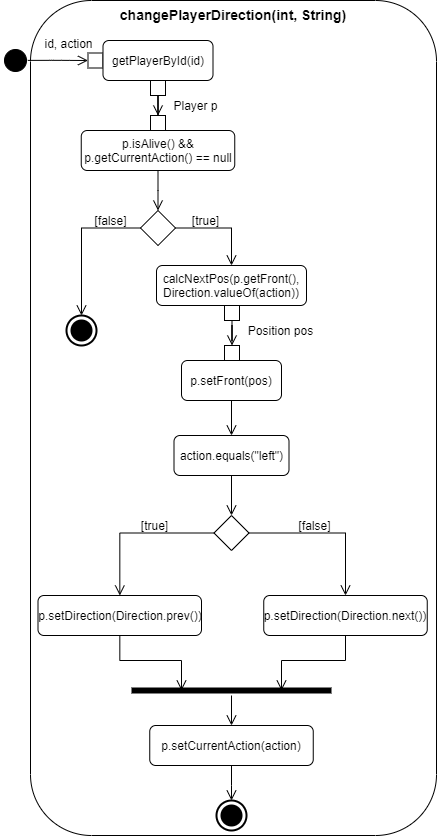
KjellooMelloo/gameoftrons keeps this draw.io diagram as Doku/images/AD_changePlayerDirection.png. Above is the earlier version. Source tidied: cells renumbered, new cells last; positions are measured from the earlier drawing's top-left corner, leaving out a move shared by most shapes. Source of this version:
```xml
<mxGraphModel>
  <root>
    <mxCell id="0" />
    <mxCell id="1" parent="0" />
    <mxCell id="2" value="&lt;b&gt;&lt;font style=&quot;font-size: 14px&quot;&gt;changePlayerDirection(int, String)&lt;/font&gt;&lt;/b&gt;" style="rounded=1;whiteSpace=wrap;html=1;align=center;verticalAlign=top;" parent="1" vertex="1">
      <mxGeometry x="30" width="406" height="835" as="geometry" />
    </mxCell>
    <mxCell id="3" style="ellipse;html=1;shape=startState;fillColor=#000000;strokeColor=#000000;align=center;" parent="1" vertex="1">
      <mxGeometry y="45" width="30" height="30" as="geometry" />
    </mxCell>
    <mxCell id="4" style="edgeStyle=orthogonalEdgeStyle;html=1;verticalAlign=bottom;endArrow=open;endSize=8;strokeColor=#000000;entryX=0;entryY=0.5;entryDx=0;entryDy=0;exitX=0.909;exitY=0.496;exitDx=0;exitDy=0;exitPerimeter=0;" parent="1" edge="1" source="3" target="5">
      <mxGeometry relative="1" as="geometry" />
    </mxCell>
    <mxCell id="5" style="rounded=0;whiteSpace=wrap;html=1;strokeColor=#000000;align=center;" parent="1" vertex="1">
      <mxGeometry x="87.5" y="52.5" width="15" height="15" as="geometry" />
    </mxCell>
    <mxCell id="6" value="id, action" style="text;html=1;align=center;verticalAlign=middle;" parent="1" vertex="1">
      <mxGeometry x="37.5" y="32.5" width="60" height="20" as="geometry" />
    </mxCell>
    <mxCell id="7" value="getPlayerById(id)" style="shape=rect;html=1;rounded=1;whiteSpace=wrap;align=center;" parent="1" vertex="1">
      <mxGeometry x="102.5" y="40" width="110" height="40" as="geometry" />
    </mxCell>
    <mxCell id="8" style="edgeStyle=orthogonalEdgeStyle;rounded=0;jettySize=auto;html=1;endArrow=open;endFill=0;endSize=8;strokeColor=#000000;" parent="1" edge="1" source="9" target="10">
      <mxGeometry relative="1" as="geometry" />
    </mxCell>
    <mxCell id="9" style="rounded=0;whiteSpace=wrap;html=1;strokeColor=#000000;align=center;" parent="1" vertex="1">
      <mxGeometry x="150" y="80" width="15" height="15" as="geometry" />
    </mxCell>
    <mxCell id="10" style="rounded=0;whiteSpace=wrap;html=1;strokeColor=#000000;align=center;" parent="1" vertex="1">
      <mxGeometry x="150" y="115" width="15" height="15" as="geometry" />
    </mxCell>
    <mxCell id="11" value="Player p" style="text;html=1;align=center;verticalAlign=middle;" parent="1" vertex="1">
      <mxGeometry x="165" y="95" width="60" height="20" as="geometry" />
    </mxCell>
    <mxCell id="12" style="edgeStyle=orthogonalEdgeStyle;rounded=0;jettySize=auto;html=1;entryX=0.5;entryY=0;entryDx=0;entryDy=0;entryPerimeter=0;endArrow=open;endFill=0;endSize=8;strokeColor=#000000;" parent="1" edge="1" source="14" target="17">
      <mxGeometry relative="1" as="geometry" />
    </mxCell>
    <mxCell id="13" style="edgeStyle=orthogonalEdgeStyle;rounded=0;jettySize=auto;html=1;entryX=0.5;entryY=0;entryDx=0;entryDy=0;endArrow=open;endFill=0;endSize=8;strokeColor=#000000;" parent="1" edge="1" source="14" target="19">
      <mxGeometry relative="1" as="geometry">
        <Array as="points">
          <mxPoint x="231" y="228" />
        </Array>
      </mxGeometry>
    </mxCell>
    <mxCell id="14" style="rhombus;whiteSpace=wrap;html=1;strokeColor=#000000;align=center;" parent="1" vertex="1">
      <mxGeometry x="140" y="210" width="35" height="35" as="geometry" />
    </mxCell>
    <mxCell id="15" style="edgeStyle=orthogonalEdgeStyle;rounded=0;jettySize=auto;html=1;entryX=0.5;entryY=0;entryDx=0;entryDy=0;endArrow=open;endFill=0;endSize=8;strokeColor=#000000;" parent="1" edge="1" source="16" target="14">
      <mxGeometry relative="1" as="geometry" />
    </mxCell>
    <mxCell id="16" value="p.isAlive() &amp;amp;&amp;amp; p.getCurrentAction() == null" style="shape=rect;html=1;rounded=1;whiteSpace=wrap;align=center;" parent="1" vertex="1">
      <mxGeometry x="80.8" y="130" width="153.5" height="40" as="geometry" />
    </mxCell>
    <mxCell id="17" style="html=1;shape=mxgraph.sysml.actFinal;strokeWidth=2;verticalLabelPosition=bottom;verticalAlignment=top;align=center;" parent="1" vertex="1">
      <mxGeometry x="66" y="315" width="30" height="30" as="geometry" />
    </mxCell>
    <mxCell id="18" value="[false]" style="text;html=1;align=center;verticalAlign=middle;" parent="1" vertex="1">
      <mxGeometry x="85" y="210" width="50" height="20" as="geometry" />
    </mxCell>
    <mxCell id="19" value="calcNextPos(p.getFront(), Direction.valueOf(action))" style="shape=rect;html=1;rounded=1;whiteSpace=wrap;align=center;" parent="1" vertex="1">
      <mxGeometry x="156" y="265" width="150" height="40" as="geometry" />
    </mxCell>
    <mxCell id="20" value="[true]" style="text;html=1;align=center;verticalAlign=middle;" parent="1" vertex="1">
      <mxGeometry x="185" y="210" width="40" height="20" as="geometry" />
    </mxCell>
    <mxCell id="21" style="edgeStyle=orthogonalEdgeStyle;rounded=0;jettySize=auto;html=1;endArrow=open;endFill=0;endSize=8;strokeColor=#000000;" parent="1" edge="1" source="22" target="23">
      <mxGeometry relative="1" as="geometry" />
    </mxCell>
    <mxCell id="22" style="rounded=0;whiteSpace=wrap;html=1;strokeColor=#000000;align=center;" parent="1" vertex="1">
      <mxGeometry x="224" y="305" width="15" height="15" as="geometry" />
    </mxCell>
    <mxCell id="23" style="rounded=0;whiteSpace=wrap;html=1;strokeColor=#000000;align=center;" parent="1" vertex="1">
      <mxGeometry x="224" y="345" width="15" height="15" as="geometry" />
    </mxCell>
    <mxCell id="24" value="Position pos" style="text;html=1;align=center;verticalAlign=middle;" parent="1" vertex="1">
      <mxGeometry x="240" y="320" width="80" height="20" as="geometry" />
    </mxCell>
    <mxCell id="25" style="edgeStyle=orthogonalEdgeStyle;rounded=0;jettySize=auto;html=1;endArrow=open;endFill=0;endSize=8;strokeColor=#000000;" parent="1" edge="1" source="26" target="28">
      <mxGeometry relative="1" as="geometry" />
    </mxCell>
    <mxCell id="26" value="p.setFront(pos)" style="shape=rect;html=1;rounded=1;whiteSpace=wrap;align=center;" parent="1" vertex="1">
      <mxGeometry x="181" y="360" width="100" height="40" as="geometry" />
    </mxCell>
    <mxCell id="27" style="edgeStyle=orthogonalEdgeStyle;rounded=0;jettySize=auto;html=1;entryX=0.5;entryY=0;entryDx=0;entryDy=0;endArrow=open;endFill=0;endSize=8;strokeColor=#000000;" parent="1" edge="1" source="28" target="31">
      <mxGeometry relative="1" as="geometry" />
    </mxCell>
    <mxCell id="28" value="action.equals(&quot;left&quot;)" style="shape=rect;html=1;rounded=1;whiteSpace=wrap;align=center;" parent="1" vertex="1">
      <mxGeometry x="173.5" y="435" width="115" height="40" as="geometry" />
    </mxCell>
    <mxCell id="29" style="edgeStyle=orthogonalEdgeStyle;rounded=0;jettySize=auto;html=1;endArrow=open;endFill=0;endSize=8;strokeColor=#000000;" parent="1" edge="1" source="31" target="33">
      <mxGeometry relative="1" as="geometry" />
    </mxCell>
    <mxCell id="30" style="edgeStyle=orthogonalEdgeStyle;rounded=0;jettySize=auto;html=1;entryX=0.5;entryY=0;entryDx=0;entryDy=0;endArrow=open;endFill=0;endSize=8;strokeColor=#000000;" parent="1" edge="1" source="31" target="35">
      <mxGeometry relative="1" as="geometry" />
    </mxCell>
    <mxCell id="31" style="rhombus;whiteSpace=wrap;html=1;strokeColor=#000000;align=center;" parent="1" vertex="1">
      <mxGeometry x="213.5" y="515" width="35" height="35" as="geometry" />
    </mxCell>
    <mxCell id="32" style="edgeStyle=orthogonalEdgeStyle;rounded=0;jettySize=auto;html=1;endArrow=open;endFill=0;endSize=8;strokeColor=#000000;entryX=0.25;entryY=0.5;entryDx=0;entryDy=0;entryPerimeter=0;" parent="1" edge="1" source="33" target="38">
      <mxGeometry relative="1" as="geometry" />
    </mxCell>
    <mxCell id="33" value="p.setDirection(Direction.prev())" style="shape=rect;html=1;rounded=1;whiteSpace=wrap;align=center;" parent="1" vertex="1">
      <mxGeometry x="37.5" y="595" width="163.5" height="40" as="geometry" />
    </mxCell>
    <mxCell id="34" style="edgeStyle=orthogonalEdgeStyle;rounded=0;jettySize=auto;html=1;endArrow=open;endFill=0;endSize=8;strokeColor=#000000;entryX=0.75;entryY=0.5;entryDx=0;entryDy=0;entryPerimeter=0;" parent="1" edge="1" source="35" target="38">
      <mxGeometry relative="1" as="geometry" />
    </mxCell>
    <mxCell id="35" value="p.setDirection(Direction.next())" style="shape=rect;html=1;rounded=1;whiteSpace=wrap;align=center;" parent="1" vertex="1">
      <mxGeometry x="263.2" y="595" width="163.5" height="40" as="geometry" />
    </mxCell>
    <mxCell id="36" value="[true]" style="text;html=1;align=center;verticalAlign=middle;" parent="1" vertex="1">
      <mxGeometry x="133.5" y="515" width="40" height="20" as="geometry" />
    </mxCell>
    <mxCell id="37" value="[false]" style="text;html=1;align=center;verticalAlign=middle;" parent="1" vertex="1">
      <mxGeometry x="288.5" y="515" width="50" height="20" as="geometry" />
    </mxCell>
    <mxCell id="38" style="shape=line;html=1;strokeWidth=6;strokeColor=#000000;align=center;" parent="1" vertex="1">
      <mxGeometry x="131" y="685" width="200" height="10" as="geometry" />
    </mxCell>
    <mxCell id="39" style="edgeStyle=orthogonalEdgeStyle;html=1;verticalAlign=bottom;endArrow=open;endSize=8;strokeColor=#000000;entryX=0.5;entryY=0;entryDx=0;entryDy=0;" parent="1" edge="1" source="38" target="41">
      <mxGeometry relative="1" as="geometry" />
    </mxCell>
    <mxCell id="40" style="edgeStyle=orthogonalEdgeStyle;rounded=0;jettySize=auto;html=1;entryX=0.5;entryY=0;entryDx=0;entryDy=0;entryPerimeter=0;endArrow=open;endFill=0;endSize=8;strokeColor=#000000;" parent="1" edge="1" source="41" target="42">
      <mxGeometry relative="1" as="geometry" />
    </mxCell>
    <mxCell id="41" value="p.setCurrentAction(action)" style="shape=rect;html=1;rounded=1;whiteSpace=wrap;align=center;" parent="1" vertex="1">
      <mxGeometry x="149.2" y="725" width="163.5" height="40" as="geometry" />
    </mxCell>
    <mxCell id="42" style="html=1;shape=mxgraph.sysml.actFinal;strokeWidth=2;verticalLabelPosition=bottom;verticalAlignment=top;align=center;" parent="1" vertex="1">
      <mxGeometry x="216" y="800" width="30" height="30" as="geometry" />
    </mxCell>
  </root>
</mxGraphModel>
```
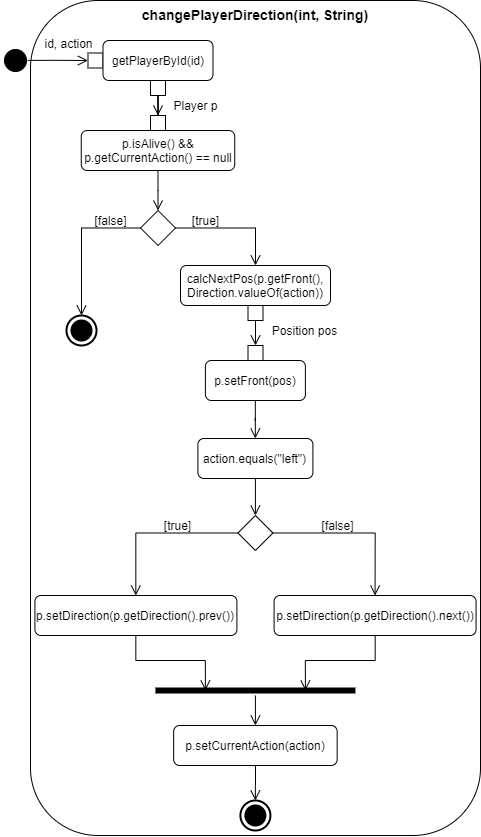
After the commit.

Commit message:
added every method signature + comments; 2 small updates in diagrams

The edit, as a diff of the source:
```diff
@@ -3,34 +3,34 @@
     <mxCell id="0" />
     <mxCell id="1" parent="0" />
     <mxCell id="2" value="&lt;b&gt;&lt;font style=&quot;font-size: 14px&quot;&gt;changePlayerDirection(int, String)&lt;/font&gt;&lt;/b&gt;" style="rounded=1;whiteSpace=wrap;html=1;align=center;verticalAlign=top;" parent="1" vertex="1">
-      <mxGeometry x="30" width="406" height="835" as="geometry" />
+      <mxGeometry x="-1624" y="89" width="450" height="835" as="geometry" />
     </mxCell>
     <mxCell id="3" style="ellipse;html=1;shape=startState;fillColor=#000000;strokeColor=#000000;align=center;" parent="1" vertex="1">
-      <mxGeometry y="45" width="30" height="30" as="geometry" />
+      <mxGeometry x="-1654" y="134" width="30" height="30" as="geometry" />
     </mxCell>
     <mxCell id="4" style="edgeStyle=orthogonalEdgeStyle;html=1;verticalAlign=bottom;endArrow=open;endSize=8;strokeColor=#000000;entryX=0;entryY=0.5;entryDx=0;entryDy=0;exitX=0.909;exitY=0.496;exitDx=0;exitDy=0;exitPerimeter=0;" parent="1" edge="1" source="3" target="5">
       <mxGeometry relative="1" as="geometry" />
     </mxCell>
     <mxCell id="5" style="rounded=0;whiteSpace=wrap;html=1;strokeColor=#000000;align=center;" parent="1" vertex="1">
-      <mxGeometry x="87.5" y="52.5" width="15" height="15" as="geometry" />
+      <mxGeometry x="-1566.5" y="141.5" width="15" height="15" as="geometry" />
     </mxCell>
     <mxCell id="6" value="id, action" style="text;html=1;align=center;verticalAlign=middle;" parent="1" vertex="1">
-      <mxGeometry x="37.5" y="32.5" width="60" height="20" as="geometry" />
+      <mxGeometry x="-1616.5" y="121.5" width="60" height="20" as="geometry" />
     </mxCell>
     <mxCell id="7" value="getPlayerById(id)" style="shape=rect;html=1;rounded=1;whiteSpace=wrap;align=center;" parent="1" vertex="1">
-      <mxGeometry x="102.5" y="40" width="110" height="40" as="geometry" />
+      <mxGeometry x="-1551.5" y="129" width="110" height="40" as="geometry" />
     </mxCell>
     <mxCell id="8" style="edgeStyle=orthogonalEdgeStyle;rounded=0;jettySize=auto;html=1;endArrow=open;endFill=0;endSize=8;strokeColor=#000000;" parent="1" edge="1" source="9" target="10">
       <mxGeometry relative="1" as="geometry" />
     </mxCell>
     <mxCell id="9" style="rounded=0;whiteSpace=wrap;html=1;strokeColor=#000000;align=center;" parent="1" vertex="1">
-      <mxGeometry x="150" y="80" width="15" height="15" as="geometry" />
+      <mxGeometry x="-1504" y="169" width="15" height="15" as="geometry" />
     </mxCell>
     <mxCell id="10" style="rounded=0;whiteSpace=wrap;html=1;strokeColor=#000000;align=center;" parent="1" vertex="1">
-      <mxGeometry x="150" y="115" width="15" height="15" as="geometry" />
+      <mxGeometry x="-1504" y="204" width="15" height="15" as="geometry" />
     </mxCell>
     <mxCell id="11" value="Player p" style="text;html=1;align=center;verticalAlign=middle;" parent="1" vertex="1">
-      <mxGeometry x="165" y="95" width="60" height="20" as="geometry" />
+      <mxGeometry x="-1489" y="184" width="60" height="20" as="geometry" />
     </mxCell>
     <mxCell id="12" style="edgeStyle=orthogonalEdgeStyle;rounded=0;jettySize=auto;html=1;entryX=0.5;entryY=0;entryDx=0;entryDy=0;entryPerimeter=0;endArrow=open;endFill=0;endSize=8;strokeColor=#000000;" parent="1" edge="1" source="14" target="17">
       <mxGeometry relative="1" as="geometry" />
@@ -38,54 +38,56 @@
     <mxCell id="13" style="edgeStyle=orthogonalEdgeStyle;rounded=0;jettySize=auto;html=1;entryX=0.5;entryY=0;entryDx=0;entryDy=0;endArrow=open;endFill=0;endSize=8;strokeColor=#000000;" parent="1" edge="1" source="14" target="19">
       <mxGeometry relative="1" as="geometry">
         <Array as="points">
-          <mxPoint x="231" y="228" />
+          <mxPoint x="-1399" y="317" />
         </Array>
       </mxGeometry>
     </mxCell>
     <mxCell id="14" style="rhombus;whiteSpace=wrap;html=1;strokeColor=#000000;align=center;" parent="1" vertex="1">
-      <mxGeometry x="140" y="210" width="35" height="35" as="geometry" />
+      <mxGeometry x="-1514" y="299" width="35" height="35" as="geometry" />
     </mxCell>
     <mxCell id="15" style="edgeStyle=orthogonalEdgeStyle;rounded=0;jettySize=auto;html=1;entryX=0.5;entryY=0;entryDx=0;entryDy=0;endArrow=open;endFill=0;endSize=8;strokeColor=#000000;" parent="1" edge="1" source="16" target="14">
       <mxGeometry relative="1" as="geometry" />
     </mxCell>
     <mxCell id="16" value="p.isAlive() &amp;amp;&amp;amp; p.getCurrentAction() == null" style="shape=rect;html=1;rounded=1;whiteSpace=wrap;align=center;" parent="1" vertex="1">
-      <mxGeometry x="80.8" y="130" width="153.5" height="40" as="geometry" />
+      <mxGeometry x="-1573.2" y="219" width="153.5" height="40" as="geometry" />
     </mxCell>
     <mxCell id="17" style="html=1;shape=mxgraph.sysml.actFinal;strokeWidth=2;verticalLabelPosition=bottom;verticalAlignment=top;align=center;" parent="1" vertex="1">
-      <mxGeometry x="66" y="315" width="30" height="30" as="geometry" />
+      <mxGeometry x="-1588" y="404" width="30" height="30" as="geometry" />
     </mxCell>
     <mxCell id="18" value="[false]" style="text;html=1;align=center;verticalAlign=middle;" parent="1" vertex="1">
-      <mxGeometry x="85" y="210" width="50" height="20" as="geometry" />
+      <mxGeometry x="-1569" y="299" width="50" height="20" as="geometry" />
     </mxCell>
     <mxCell id="19" value="calcNextPos(p.getFront(), Direction.valueOf(action))" style="shape=rect;html=1;rounded=1;whiteSpace=wrap;align=center;" parent="1" vertex="1">
-      <mxGeometry x="156" y="265" width="150" height="40" as="geometry" />
+      <mxGeometry x="-1474" y="354" width="150" height="40" as="geometry" />
     </mxCell>
     <mxCell id="20" value="[true]" style="text;html=1;align=center;verticalAlign=middle;" parent="1" vertex="1">
-      <mxGeometry x="185" y="210" width="40" height="20" as="geometry" />
+      <mxGeometry x="-1469" y="299" width="40" height="20" as="geometry" />
     </mxCell>
     <mxCell id="21" style="edgeStyle=orthogonalEdgeStyle;rounded=0;jettySize=auto;html=1;endArrow=open;endFill=0;endSize=8;strokeColor=#000000;" parent="1" edge="1" source="22" target="23">
       <mxGeometry relative="1" as="geometry" />
     </mxCell>
     <mxCell id="22" style="rounded=0;whiteSpace=wrap;html=1;strokeColor=#000000;align=center;" parent="1" vertex="1">
-      <mxGeometry x="224" y="305" width="15" height="15" as="geometry" />
+      <mxGeometry x="-1406.5" y="394" width="15" height="15" as="geometry" />
     </mxCell>
     <mxCell id="23" style="rounded=0;whiteSpace=wrap;html=1;strokeColor=#000000;align=center;" parent="1" vertex="1">
-      <mxGeometry x="224" y="345" width="15" height="15" as="geometry" />
+      <mxGeometry x="-1406.5" y="434" width="15" height="15" as="geometry" />
     </mxCell>
     <mxCell id="24" value="Position pos" style="text;html=1;align=center;verticalAlign=middle;" parent="1" vertex="1">
-      <mxGeometry x="240" y="320" width="80" height="20" as="geometry" />
+      <mxGeometry x="-1390.5" y="409" width="80" height="20" as="geometry" />
     </mxCell>
     <mxCell id="25" style="edgeStyle=orthogonalEdgeStyle;rounded=0;jettySize=auto;html=1;endArrow=open;endFill=0;endSize=8;strokeColor=#000000;" parent="1" edge="1" source="26" target="28">
       <mxGeometry relative="1" as="geometry" />
     </mxCell>
     <mxCell id="26" value="p.setFront(pos)" style="shape=rect;html=1;rounded=1;whiteSpace=wrap;align=center;" parent="1" vertex="1">
-      <mxGeometry x="181" y="360" width="100" height="40" as="geometry" />
+      <mxGeometry x="-1449.1" y="449" width="100" height="40" as="geometry" />
     </mxCell>
-    <mxCell id="27" style="edgeStyle=orthogonalEdgeStyle;rounded=0;jettySize=auto;html=1;entryX=0.5;entryY=0;entryDx=0;entryDy=0;endArrow=open;endFill=0;endSize=8;strokeColor=#000000;" parent="1" edge="1" source="28" target="31">
-      <mxGeometry relative="1" as="geometry" />
+    <mxCell id="27" style="edgeStyle=orthogonalEdgeStyle;rounded=0;jettySize=auto;html=1;entryX=0.5;entryY=0;entryDx=0;entryDy=0;endArrow=open;endFill=0;endSize=8;strokeColor=#000000;" parent="1" edge="1" target="31">
+      <mxGeometry relative="1" as="geometry">
+        <mxPoint x="-1399.1" y="564" as="sourcePoint" />
+      </mxGeometry>
     </mxCell>
     <mxCell id="28" value="action.equals(&quot;left&quot;)" style="shape=rect;html=1;rounded=1;whiteSpace=wrap;align=center;" parent="1" vertex="1">
-      <mxGeometry x="173.5" y="435" width="115" height="40" as="geometry" />
+      <mxGeometry x="-1456.6" y="527" width="115" height="40" as="geometry" />
     </mxCell>
     <mxCell id="29" style="edgeStyle=orthogonalEdgeStyle;rounded=0;jettySize=auto;html=1;endArrow=open;endFill=0;endSize=8;strokeColor=#000000;" parent="1" edge="1" source="31" target="33">
       <mxGeometry relative="1" as="geometry" />
@@ -94,28 +96,28 @@
       <mxGeometry relative="1" as="geometry" />
     </mxCell>
     <mxCell id="31" style="rhombus;whiteSpace=wrap;html=1;strokeColor=#000000;align=center;" parent="1" vertex="1">
-      <mxGeometry x="213.5" y="515" width="35" height="35" as="geometry" />
+      <mxGeometry x="-1416.6" y="604" width="35" height="35" as="geometry" />
     </mxCell>
     <mxCell id="32" style="edgeStyle=orthogonalEdgeStyle;rounded=0;jettySize=auto;html=1;endArrow=open;endFill=0;endSize=8;strokeColor=#000000;entryX=0.25;entryY=0.5;entryDx=0;entryDy=0;entryPerimeter=0;" parent="1" edge="1" source="33" target="38">
       <mxGeometry relative="1" as="geometry" />
     </mxCell>
-    <mxCell id="33" value="p.setDirection(Direction.prev())" style="shape=rect;html=1;rounded=1;whiteSpace=wrap;align=center;" parent="1" vertex="1">
-      <mxGeometry x="37.5" y="595" width="163.5" height="40" as="geometry" />
+    <mxCell id="33" value="p.setDirection(p.getDirection().prev())" style="shape=rect;html=1;rounded=1;whiteSpace=wrap;align=center;" parent="1" vertex="1">
+      <mxGeometry x="-1619.6" y="684" width="202" height="40" as="geometry" />
     </mxCell>
     <mxCell id="34" style="edgeStyle=orthogonalEdgeStyle;rounded=0;jettySize=auto;html=1;endArrow=open;endFill=0;endSize=8;strokeColor=#000000;entryX=0.75;entryY=0.5;entryDx=0;entryDy=0;entryPerimeter=0;" parent="1" edge="1" source="35" target="38">
       <mxGeometry relative="1" as="geometry" />
     </mxCell>
-    <mxCell id="35" value="p.setDirection(Direction.next())" style="shape=rect;html=1;rounded=1;whiteSpace=wrap;align=center;" parent="1" vertex="1">
-      <mxGeometry x="263.2" y="595" width="163.5" height="40" as="geometry" />
+    <mxCell id="35" value="p.setDirection(p.getDirection().next())" style="shape=rect;html=1;rounded=1;whiteSpace=wrap;align=center;" parent="1" vertex="1">
+      <mxGeometry x="-1380.4" y="684" width="202" height="40" as="geometry" />
     </mxCell>
     <mxCell id="36" value="[true]" style="text;html=1;align=center;verticalAlign=middle;" parent="1" vertex="1">
-      <mxGeometry x="133.5" y="515" width="40" height="20" as="geometry" />
+      <mxGeometry x="-1496.6" y="604" width="40" height="20" as="geometry" />
     </mxCell>
     <mxCell id="37" value="[false]" style="text;html=1;align=center;verticalAlign=middle;" parent="1" vertex="1">
-      <mxGeometry x="288.5" y="515" width="50" height="20" as="geometry" />
+      <mxGeometry x="-1341.6" y="604" width="50" height="20" as="geometry" />
     </mxCell>
     <mxCell id="38" style="shape=line;html=1;strokeWidth=6;strokeColor=#000000;align=center;" parent="1" vertex="1">
-      <mxGeometry x="131" y="685" width="200" height="10" as="geometry" />
+      <mxGeometry x="-1499.1" y="774" width="200" height="10" as="geometry" />
     </mxCell>
     <mxCell id="39" style="edgeStyle=orthogonalEdgeStyle;html=1;verticalAlign=bottom;endArrow=open;endSize=8;strokeColor=#000000;entryX=0.5;entryY=0;entryDx=0;entryDy=0;" parent="1" edge="1" source="38" target="41">
       <mxGeometry relative="1" as="geometry" />
@@ -124,10 +126,10 @@
       <mxGeometry relative="1" as="geometry" />
     </mxCell>
     <mxCell id="41" value="p.setCurrentAction(action)" style="shape=rect;html=1;rounded=1;whiteSpace=wrap;align=center;" parent="1" vertex="1">
-      <mxGeometry x="149.2" y="725" width="163.5" height="40" as="geometry" />
+      <mxGeometry x="-1480.8" y="814" width="163.5" height="40" as="geometry" />
     </mxCell>
     <mxCell id="42" style="html=1;shape=mxgraph.sysml.actFinal;strokeWidth=2;verticalLabelPosition=bottom;verticalAlignment=top;align=center;" parent="1" vertex="1">
-      <mxGeometry x="216" y="800" width="30" height="30" as="geometry" />
+      <mxGeometry x="-1414.1" y="889" width="30" height="30" as="geometry" />
     </mxCell>
   </root>
 </mxGraphModel>
```
